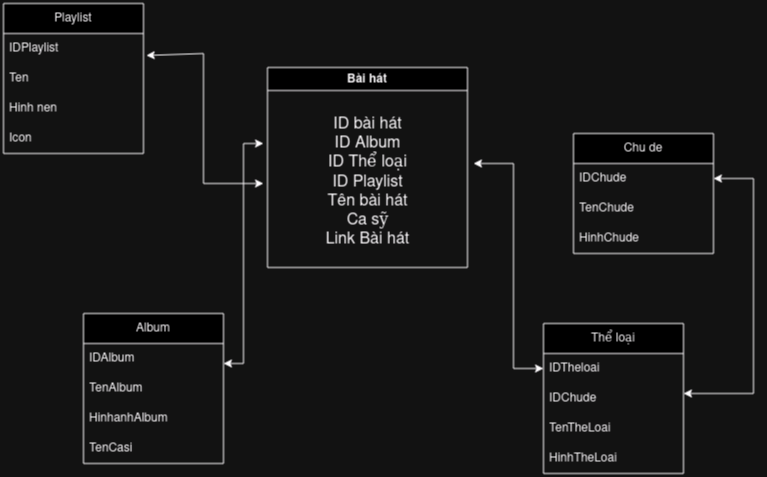
This is SQL_music.drawio.png from Sun0003/App_Management_music, a draw.io export, as it was before one commit. Source tidied: cells renumbered, new cells last; positions are measured from the earlier drawing's top-left corner, leaving out a move shared by most shapes.
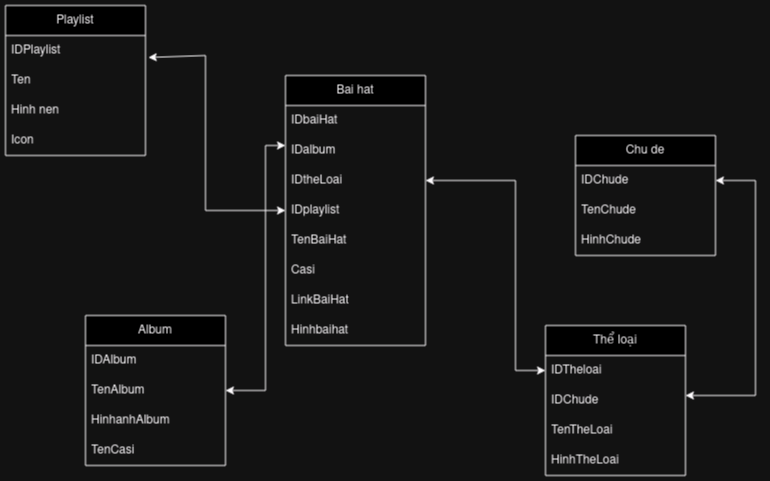
After the change.

What changed in the source:
```diff
@@ -2,18 +2,11 @@
   <root>
     <mxCell id="0" />
     <mxCell id="1" parent="0" />
-    <mxCell id="2" value="&lt;div&gt;Bài hát&lt;/div&gt;" style="swimlane;whiteSpace=wrap;html=1;" parent="1" vertex="1">
-      <mxGeometry x="264" y="64" width="200" height="200" as="geometry" />
-    </mxCell>
-    <mxCell id="3" value="&lt;div style=&quot;font-size: 16px;&quot;&gt;ID bài hát&lt;/div&gt;&lt;div style=&quot;font-size: 16px;&quot;&gt;ID Album&lt;/div&gt;&lt;div style=&quot;font-size: 16px;&quot;&gt;ID Thể loại&lt;/div&gt;&lt;div style=&quot;font-size: 16px;&quot;&gt;ID Playlist&lt;/div&gt;&lt;div style=&quot;font-size: 16px;&quot;&gt;Tên bài hát&lt;/div&gt;&lt;div style=&quot;font-size: 16px;&quot;&gt;Ca sỹ&lt;br style=&quot;font-size: 16px;&quot;&gt;Link Bài hát&lt;br style=&quot;font-size: 16px;&quot;&gt;&lt;/div&gt;" style="text;html=1;align=center;verticalAlign=middle;strokeColor=none;fillColor=none;fontSize=16;" parent="2" vertex="1">
-      <mxGeometry x="45" y="40" width="110" height="150" as="geometry" />
-    </mxCell>
-    <mxCell id="4" style="endArrow=classic;startArrow=classic;html=1;rounded=0;exitX=1.02;exitY=0.733;exitDx=0;exitDy=0;exitPerimeter=0;" parent="1" edge="1" source="22">
+    <mxCell id="4" style="endArrow=classic;startArrow=classic;html=1;rounded=0;exitX=1.02;exitY=0.733;exitDx=0;exitDy=0;exitPerimeter=0;entryX=0;entryY=0.5;entryDx=0;entryDy=0;" parent="1" edge="1" source="22" target="31">
       <mxGeometry relative="1" as="geometry">
-        <mxPoint x="260" y="180" as="targetPoint" />
         <Array as="points">
           <mxPoint x="200" y="50" />
-          <mxPoint x="200" y="180" />
+          <mxPoint x="200" y="205" />
         </Array>
       </mxGeometry>
     </mxCell>
@@ -68,12 +61,11 @@
         </Array>
       </mxGeometry>
     </mxCell>
-    <mxCell id="20" style="endArrow=classic;startArrow=classic;html=1;rounded=0;entryX=1;entryY=0.5;entryDx=0;entryDy=0;exitX=0;exitY=0.5;exitDx=0;exitDy=0;" parent="1" edge="1" source="11">
+    <mxCell id="20" style="endArrow=classic;startArrow=classic;html=1;rounded=0;entryX=1;entryY=0.5;entryDx=0;entryDy=0;exitX=0;exitY=0.5;exitDx=0;exitDy=0;" parent="1" edge="1" source="11" target="30">
       <mxGeometry relative="1" as="geometry">
-        <mxPoint x="470" y="160" as="targetPoint" />
         <Array as="points">
           <mxPoint x="510" y="365" />
-          <mxPoint x="510" y="160" />
+          <mxPoint x="510" y="175" />
         </Array>
       </mxGeometry>
     </mxCell>
@@ -92,15 +84,41 @@
     <mxCell id="25" value="&lt;div&gt;Icon&lt;/div&gt;" style="text;strokeColor=none;fillColor=none;align=left;verticalAlign=middle;spacingLeft=4;spacingRight=4;overflow=hidden;whiteSpace=wrap;html=1;" parent="21" vertex="1">
       <mxGeometry y="120" width="140" height="30" as="geometry" />
     </mxCell>
-    <mxCell id="26" style="endArrow=classic;startArrow=classic;html=1;rounded=0;" parent="1" edge="1">
+    <mxCell id="26" style="endArrow=classic;startArrow=classic;html=1;rounded=0;exitX=1;exitY=0.5;exitDx=0;exitDy=0;" parent="1" edge="1" source="7">
       <mxGeometry relative="1" as="geometry">
-        <mxPoint x="220" y="360" as="sourcePoint" />
-        <mxPoint x="260" y="140" as="targetPoint" />
+        <mxPoint x="280" y="140" as="targetPoint" />
         <Array as="points">
-          <mxPoint x="240" y="360" />
-          <mxPoint x="240" y="140" />
+          <mxPoint x="260" y="385" />
+          <mxPoint x="260" y="140" />
         </Array>
       </mxGeometry>
     </mxCell>
+    <mxCell id="27" value="Bai hat" style="swimlane;fontStyle=0;horizontal=1;startSize=30;whiteSpace=wrap;html=1;" parent="1" vertex="1">
+      <mxGeometry x="280" y="70" width="140" height="270" as="geometry" />
+    </mxCell>
+    <mxCell id="28" value="IDbaiHat" style="text;strokeColor=none;fillColor=none;align=left;verticalAlign=middle;spacingLeft=4;spacingRight=4;overflow=hidden;whiteSpace=wrap;html=1;" parent="27" vertex="1">
+      <mxGeometry y="30" width="140" height="30" as="geometry" />
+    </mxCell>
+    <mxCell id="29" value="IDalbum" style="text;strokeColor=none;fillColor=none;align=left;verticalAlign=middle;spacingLeft=4;spacingRight=4;overflow=hidden;whiteSpace=wrap;html=1;" parent="27" vertex="1">
+      <mxGeometry y="60" width="140" height="30" as="geometry" />
+    </mxCell>
+    <mxCell id="30" value="IDtheLoai" style="text;strokeColor=none;fillColor=none;align=left;verticalAlign=middle;spacingLeft=4;spacingRight=4;overflow=hidden;points=[[0,0.5],[1,0.5]];portConstraint=eastwest;whiteSpace=wrap;html=1;" parent="27" vertex="1">
+      <mxGeometry y="90" width="140" height="30" as="geometry" />
+    </mxCell>
+    <mxCell id="31" value="IDplaylist" style="text;strokeColor=none;fillColor=none;align=left;verticalAlign=middle;spacingLeft=4;spacingRight=4;overflow=hidden;points=[[0,0.5],[1,0.5]];portConstraint=eastwest;whiteSpace=wrap;html=1;" parent="27" vertex="1">
+      <mxGeometry y="120" width="140" height="30" as="geometry" />
+    </mxCell>
+    <mxCell id="32" value="TenBaiHat" style="text;strokeColor=none;fillColor=none;align=left;verticalAlign=middle;spacingLeft=4;spacingRight=4;overflow=hidden;whiteSpace=wrap;html=1;" parent="27" vertex="1">
+      <mxGeometry y="150" width="140" height="30" as="geometry" />
+    </mxCell>
+    <mxCell id="33" value="Casi" style="text;strokeColor=none;fillColor=none;align=left;verticalAlign=middle;spacingLeft=4;spacingRight=4;overflow=hidden;whiteSpace=wrap;html=1;" parent="27" vertex="1">
+      <mxGeometry y="180" width="140" height="30" as="geometry" />
+    </mxCell>
+    <mxCell id="34" value="LinkBaiHat" style="text;strokeColor=none;fillColor=none;align=left;verticalAlign=middle;spacingLeft=4;spacingRight=4;overflow=hidden;whiteSpace=wrap;html=1;" parent="27" vertex="1">
+      <mxGeometry y="210" width="140" height="30" as="geometry" />
+    </mxCell>
+    <mxCell id="35" value="Hinhbaihat" style="text;strokeColor=none;fillColor=none;align=left;verticalAlign=middle;spacingLeft=4;spacingRight=4;overflow=hidden;whiteSpace=wrap;html=1;" parent="27" vertex="1">
+      <mxGeometry y="240" width="140" height="30" as="geometry" />
+    </mxCell>
   </root>
 </mxGraphModel>
```
